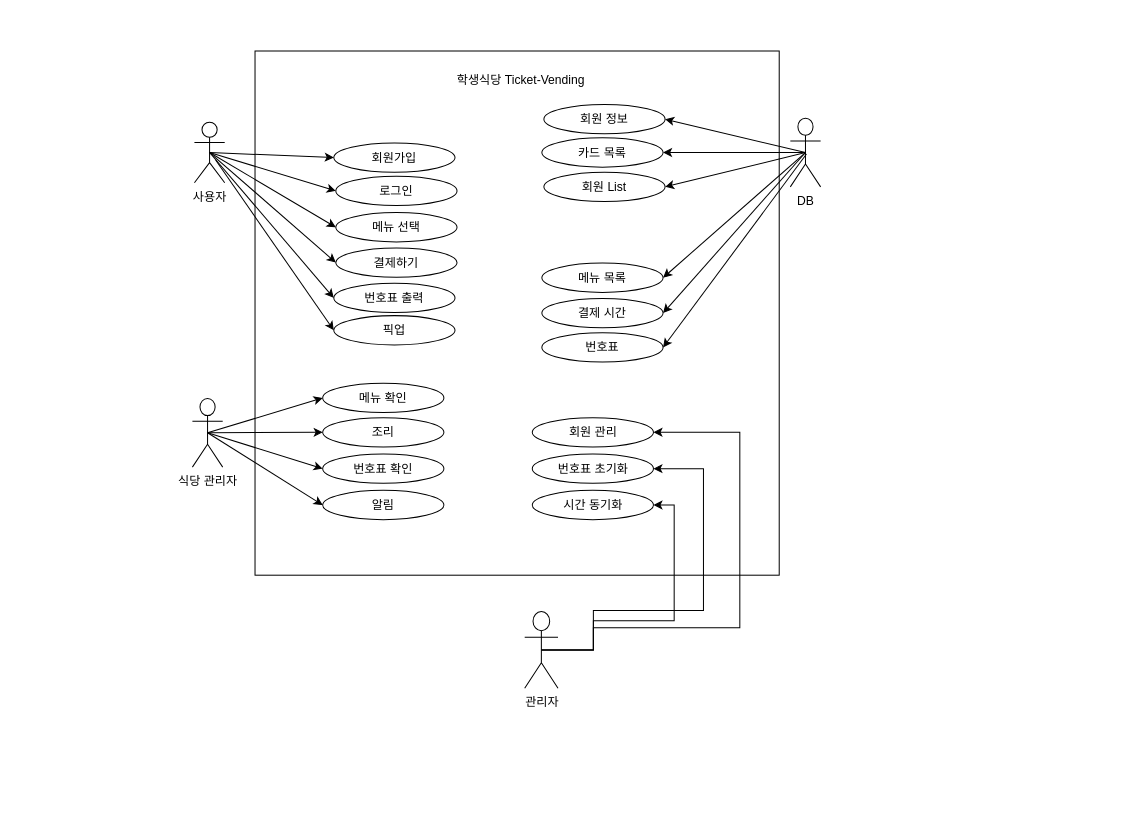
The draw.io diagram Student-cafeteria.drawio in four-idiots-team/student-cafteria-ticket-vending, before the edit. Source tidied: cells renumbered, new cells numbered last; positions are measured from the earlier drawing's top-left corner, leaving out a move shared by most shapes. Both pictures are drawn from the tidied source at 101%, with x=0, y=0 at pixel (192, 50).
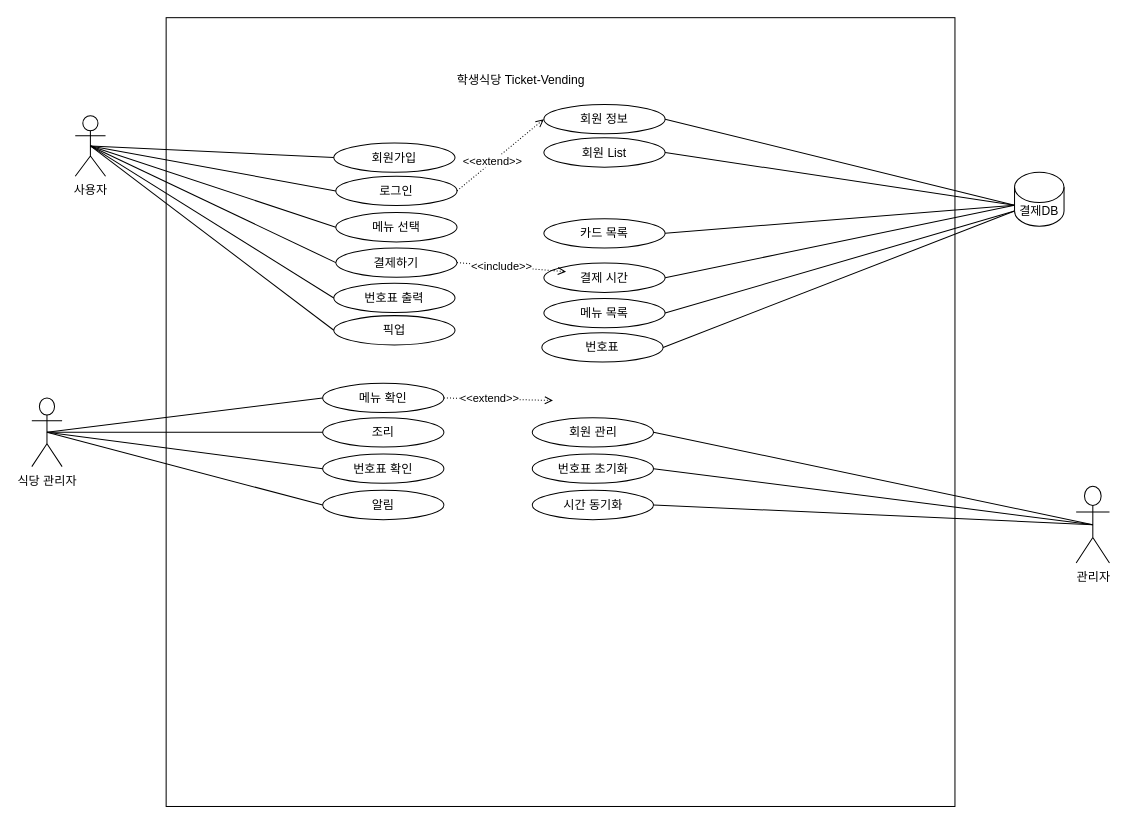
The same page after the edit.

The change refers to these unchanged cells:
```xml
<mxCell id="4" value="로그인" style="ellipse;whiteSpace=wrap;html=1;" parent="1" vertex="1">
  <mxGeometry x="142" y="124" width="120" height="29" as="geometry" />
</mxCell>
<mxCell id="9" value="메뉴 선택" style="ellipse;whiteSpace=wrap;html=1;" parent="1" vertex="1">
  <mxGeometry x="142" y="160" width="120" height="29" as="geometry" />
</mxCell>
<mxCell id="10" value="결제하기" style="ellipse;whiteSpace=wrap;html=1;" parent="1" vertex="1">
  <mxGeometry x="142" y="195" width="120" height="29" as="geometry" />
</mxCell>
<mxCell id="11" value="회원가입" style="ellipse;whiteSpace=wrap;html=1;" parent="1" vertex="1">
  <mxGeometry x="140" y="91" width="120" height="29" as="geometry" />
</mxCell>
<mxCell id="16" value="조리" style="ellipse;whiteSpace=wrap;html=1;" parent="1" vertex="1">
  <mxGeometry x="129" y="363" width="120" height="29" as="geometry" />
</mxCell>
<mxCell id="17" value="번호표 확인" style="ellipse;whiteSpace=wrap;html=1;" parent="1" vertex="1">
  <mxGeometry x="129" y="399" width="120" height="29" as="geometry" />
</mxCell>
<mxCell id="18" value="메뉴 확인" style="ellipse;whiteSpace=wrap;html=1;" parent="1" vertex="1">
  <mxGeometry x="129" y="329" width="120" height="29" as="geometry" />
</mxCell>
<mxCell id="19" value="알림" style="ellipse;whiteSpace=wrap;html=1;" parent="1" vertex="1">
  <mxGeometry x="129" y="435" width="120" height="29" as="geometry" />
</mxCell>
<mxCell id="20" value="번호표 출력" style="ellipse;whiteSpace=wrap;html=1;" parent="1" vertex="1">
  <mxGeometry x="140" y="230" width="120" height="29" as="geometry" />
</mxCell>
<mxCell id="22" value="픽업" style="ellipse;whiteSpace=wrap;html=1;" parent="1" vertex="1">
  <mxGeometry x="140" y="262" width="120" height="29" as="geometry" />
</mxCell>
<mxCell id="28" value="시간 동기화" style="ellipse;whiteSpace=wrap;html=1;" parent="1" vertex="1">
  <mxGeometry x="336.5" y="435" width="120" height="29" as="geometry" />
</mxCell>
<mxCell id="29" value="번호표 초기화" style="ellipse;whiteSpace=wrap;html=1;" parent="1" vertex="1">
  <mxGeometry x="336.5" y="399" width="120" height="29" as="geometry" />
</mxCell>
<mxCell id="30" value="회원 관리" style="ellipse;whiteSpace=wrap;html=1;" parent="1" vertex="1">
  <mxGeometry x="336.5" y="363" width="120" height="29" as="geometry" />
</mxCell>
<mxCell id="38" value="회원 정보" style="ellipse;whiteSpace=wrap;html=1;" parent="1" vertex="1">
  <mxGeometry x="348" y="53" width="120" height="29" as="geometry" />
</mxCell>
<mxCell id="39" value="번호표" style="ellipse;whiteSpace=wrap;html=1;" parent="1" vertex="1">
  <mxGeometry x="346" y="279" width="120" height="29" as="geometry" />
</mxCell>
```

What changed in the source:
```diff
@@
     <mxCell id="2" value="사용자" style="shape=umlActor;verticalLabelPosition=bottom;verticalAlign=top;html=1;outlineConnect=0;" parent="1" vertex="1">
-      <mxGeometry x="2" y="70.5" width="30" height="60" as="geometry" />
+      <mxGeometry x="-116" y="64" width="30" height="60" as="geometry" />
     </mxCell>
     <mxCell id="3" style="whiteSpace=wrap;html=1;" parent="1" vertex="1">
-      <mxGeometry x="62" width="519" height="519" as="geometry" />
+      <mxGeometry x="-26" y="-33" width="781" height="781" as="geometry" />
     </mxCell>
@@
     <mxCell id="6" value="식당 관리자" style="shape=umlActor;verticalLabelPosition=bottom;verticalAlign=top;html=1;outlineConnect=0;" parent="1" vertex="1">
-      <mxGeometry y="344" width="30" height="68" as="geometry" />
+      <mxGeometry x="-159" y="343.5" width="30" height="68" as="geometry" />
     </mxCell>
-    <mxCell id="7" style="edgeStyle=orthogonalEdgeStyle;rounded=0;jettySize=auto;html=1;exitX=0.5;exitY=0.5;exitDx=0;exitDy=0;exitPerimeter=0;entryX=1;entryY=0.5;entryDx=0;entryDy=0;" parent="1" edge="1" source="8" target="28">
-      <mxGeometry relative="1" as="geometry">
-        <Array as="points">
-          <mxPoint x="397" y="564" />
-          <mxPoint x="477" y="564" />
-          <mxPoint x="477" y="450" />
-        </Array>
-      </mxGeometry>
-    </mxCell>
     <mxCell id="8" value="관리자" style="shape=umlActor;verticalLabelPosition=bottom;verticalAlign=top;html=1;outlineConnect=0;" parent="1" vertex="1">
-      <mxGeometry x="329" y="555" width="33" height="76" as="geometry" />
+      <mxGeometry x="875" y="431" width="33" height="76" as="geometry" />
     </mxCell>
@@
-    <mxCell id="12" style="endArrow=classic;html=1;rounded=0;exitX=0.5;exitY=0.5;exitDx=0;exitDy=0;exitPerimeter=0;entryX=0;entryY=0.5;entryDx=0;entryDy=0;" parent="1" edge="1" source="2" target="4">
-      <mxGeometry relative="1" as="geometry" />
-    </mxCell>
-    <mxCell id="13" style="endArrow=classic;html=1;rounded=0;exitX=0.5;exitY=0.5;exitDx=0;exitDy=0;exitPerimeter=0;entryX=0;entryY=0.5;entryDx=0;entryDy=0;" parent="1" edge="1" source="2" target="9">
-      <mxGeometry relative="1" as="geometry" />
-    </mxCell>
-    <mxCell id="14" style="endArrow=classic;html=1;rounded=0;exitX=0.5;exitY=0.5;exitDx=0;exitDy=0;exitPerimeter=0;entryX=0;entryY=0.5;entryDx=0;entryDy=0;" parent="1" edge="1" source="2" target="10">
-      <mxGeometry relative="1" as="geometry" />
-    </mxCell>
-    <mxCell id="15" style="endArrow=classic;html=1;rounded=0;exitX=0.5;exitY=0.5;exitDx=0;exitDy=0;exitPerimeter=0;entryX=0;entryY=0.5;entryDx=0;entryDy=0;" parent="1" edge="1" source="2" target="11">
-      <mxGeometry relative="1" as="geometry" />
-    </mxCell>
@@
-    <mxCell id="21" style="endArrow=classic;html=1;rounded=0;entryX=0;entryY=0.5;entryDx=0;entryDy=0;exitX=0.5;exitY=0.5;exitDx=0;exitDy=0;exitPerimeter=0;" parent="1" edge="1" source="2" target="20">
-      <mxGeometry relative="1" as="geometry" />
-    </mxCell>
@@
-    <mxCell id="23" style="endArrow=classic;html=1;rounded=0;entryX=0;entryY=0.5;entryDx=0;entryDy=0;" parent="1" edge="1" target="22">
-      <mxGeometry relative="1" as="geometry">
-        <mxPoint x="23" y="108" as="sourcePoint" />
-      </mxGeometry>
-    </mxCell>
-    <mxCell id="24" style="endArrow=classic;html=1;rounded=0;exitX=0.5;exitY=0.5;exitDx=0;exitDy=0;exitPerimeter=0;entryX=0;entryY=0.5;entryDx=0;entryDy=0;" parent="1" edge="1" source="6" target="18">
-      <mxGeometry relative="1" as="geometry" />
-    </mxCell>
-    <mxCell id="25" style="endArrow=classic;html=1;rounded=0;exitX=0.5;exitY=0.5;exitDx=0;exitDy=0;exitPerimeter=0;entryX=0;entryY=0.5;entryDx=0;entryDy=0;" parent="1" edge="1" source="6" target="16">
-      <mxGeometry relative="1" as="geometry" />
-    </mxCell>
-    <mxCell id="26" style="endArrow=classic;html=1;rounded=0;exitX=0.5;exitY=0.5;exitDx=0;exitDy=0;exitPerimeter=0;entryX=0;entryY=0.5;entryDx=0;entryDy=0;" parent="1" edge="1" source="6" target="17">
-      <mxGeometry relative="1" as="geometry" />
-    </mxCell>
-    <mxCell id="27" style="endArrow=classic;html=1;rounded=0;exitX=0.5;exitY=0.5;exitDx=0;exitDy=0;exitPerimeter=0;entryX=0;entryY=0.5;entryDx=0;entryDy=0;" parent="1" edge="1" source="6" target="19">
-      <mxGeometry relative="1" as="geometry" />
-    </mxCell>
@@
-    <mxCell id="31" style="edgeStyle=orthogonalEdgeStyle;rounded=0;jettySize=auto;html=1;exitX=0.5;exitY=0.5;exitDx=0;exitDy=0;exitPerimeter=0;entryX=1;entryY=0.5;entryDx=0;entryDy=0;" parent="1" edge="1" source="8" target="29">
-      <mxGeometry relative="1" as="geometry">
-        <Array as="points">
-          <mxPoint x="397" y="554" />
-          <mxPoint x="506" y="554" />
-          <mxPoint x="506" y="414" />
-        </Array>
-      </mxGeometry>
-    </mxCell>
-    <mxCell id="32" style="edgeStyle=orthogonalEdgeStyle;rounded=0;jettySize=auto;html=1;exitX=0.5;exitY=0.5;exitDx=0;exitDy=0;exitPerimeter=0;entryX=1;entryY=0.5;entryDx=0;entryDy=0;" parent="1" edge="1" source="8" target="30">
-      <mxGeometry relative="1" as="geometry">
-        <Array as="points">
-          <mxPoint x="397" y="571" />
-          <mxPoint x="542" y="571" />
-          <mxPoint x="542" y="378" />
-        </Array>
-      </mxGeometry>
-    </mxCell>
-    <mxCell id="33" value="DB" style="shape=umlActor;verticalLabelPosition=bottom;verticalAlign=top;html=1;outlineConnect=0;" parent="1" vertex="1">
-      <mxGeometry x="592" y="66.5" width="30" height="68" as="geometry" />
-    </mxCell>
-    <mxCell id="34" style="endArrow=classic;html=1;rounded=0;exitX=0.5;exitY=0.5;exitDx=0;exitDy=0;exitPerimeter=0;entryX=1;entryY=0.5;entryDx=0;entryDy=0;" parent="1" edge="1" source="33" target="43">
-      <mxGeometry relative="1" as="geometry" />
-    </mxCell>
-    <mxCell id="35" style="endArrow=classic;html=1;rounded=0;entryX=1;entryY=0.5;entryDx=0;entryDy=0;" parent="1" edge="1" target="39">
-      <mxGeometry relative="1" as="geometry">
-        <mxPoint x="608" y="102" as="sourcePoint" />
-      </mxGeometry>
-    </mxCell>
-    <mxCell id="36" style="endArrow=classic;html=1;rounded=0;exitX=0.5;exitY=0.5;exitDx=0;exitDy=0;exitPerimeter=0;entryX=1;entryY=0.5;entryDx=0;entryDy=0;" parent="1" edge="1" source="33" target="40">
-      <mxGeometry relative="1" as="geometry" />
-    </mxCell>
-    <mxCell id="37" style="endArrow=classic;html=1;rounded=0;exitX=0.5;exitY=0.5;exitDx=0;exitDy=0;exitPerimeter=0;entryX=1;entryY=0.5;entryDx=0;entryDy=0;" parent="1" edge="1" source="33" target="41">
-      <mxGeometry relative="1" as="geometry" />
-    </mxCell>
@@
     <mxCell id="40" value="결제 시간" style="ellipse;whiteSpace=wrap;html=1;" parent="1" vertex="1">
-      <mxGeometry x="346" y="245" width="120" height="29" as="geometry" />
+      <mxGeometry x="348" y="210" width="120" height="29" as="geometry" />
     </mxCell>
     <mxCell id="41" value="메뉴 목록" style="ellipse;whiteSpace=wrap;html=1;" parent="1" vertex="1">
-      <mxGeometry x="346" y="210" width="120" height="29" as="geometry" />
+      <mxGeometry x="348" y="245" width="120" height="29" as="geometry" />
     </mxCell>
-    <mxCell id="42" style="endArrow=classic;html=1;rounded=0;exitX=0.5;exitY=0.5;exitDx=0;exitDy=0;exitPerimeter=0;entryX=1;entryY=0.5;entryDx=0;entryDy=0;" parent="1" edge="1" source="33" target="38">
-      <mxGeometry relative="1" as="geometry" />
-    </mxCell>
     <mxCell id="43" value="카드 목록" style="ellipse;whiteSpace=wrap;html=1;" parent="1" vertex="1">
-      <mxGeometry x="346" y="86" width="120" height="29" as="geometry" />
+      <mxGeometry x="348" y="166" width="120" height="29" as="geometry" />
     </mxCell>
     <mxCell id="44" value="회원 List" style="ellipse;whiteSpace=wrap;html=1;" parent="1" vertex="1">
-      <mxGeometry x="348" y="120" width="120" height="29" as="geometry" />
+      <mxGeometry x="348" y="86" width="120" height="29" as="geometry" />
     </mxCell>
-    <mxCell id="45" style="endArrow=classic;html=1;rounded=0;exitX=0.5;exitY=0.5;exitDx=0;exitDy=0;exitPerimeter=0;entryX=1;entryY=0.5;entryDx=0;entryDy=0;" parent="1" edge="1" source="33" target="44">
-      <mxGeometry relative="1" as="geometry" />
-    </mxCell>
@@
+    <mxCell id="21" style="endArrow=none;html=1;rounded=0;exitX=0.5;exitY=0.5;exitDx=0;exitDy=0;exitPerimeter=0;entryX=0;entryY=0.5;entryDx=0;entryDy=0;" parent="1" edge="1" source="2" target="20">
+      <mxGeometry relative="1" as="geometry" />
+    </mxCell>
+    <mxCell id="14" style="endArrow=none;html=1;rounded=0;exitX=0.5;exitY=0.5;exitDx=0;exitDy=0;exitPerimeter=0;entryX=0;entryY=0.5;entryDx=0;entryDy=0;" parent="1" edge="1" source="2" target="10">
+      <mxGeometry relative="1" as="geometry" />
+    </mxCell>
+    <mxCell id="13" style="endArrow=none;html=1;rounded=0;exitX=0.5;exitY=0.5;exitDx=0;exitDy=0;exitPerimeter=0;entryX=0;entryY=0.5;entryDx=0;entryDy=0;" parent="1" edge="1" source="2" target="9">
+      <mxGeometry relative="1" as="geometry" />
+    </mxCell>
+    <mxCell id="12" style="endArrow=none;html=1;rounded=0;exitX=0.5;exitY=0.5;exitDx=0;exitDy=0;exitPerimeter=0;entryX=0;entryY=0.5;entryDx=0;entryDy=0;" parent="1" edge="1" source="2" target="4">
+      <mxGeometry relative="1" as="geometry" />
+    </mxCell>
+    <mxCell id="15" style="endArrow=none;html=1;rounded=0;exitX=0.5;exitY=0.5;exitDx=0;exitDy=0;exitPerimeter=0;entryX=0;entryY=0.5;entryDx=0;entryDy=0;" parent="1" edge="1" source="2" target="11">
+      <mxGeometry relative="1" as="geometry" />
+    </mxCell>
+    <mxCell id="47" style="endArrow=none;html=1;rounded=0;exitX=0.5;exitY=0.5;exitDx=0;exitDy=0;exitPerimeter=0;entryX=0;entryY=0.5;entryDx=0;entryDy=0;" parent="1" edge="1" source="2" target="22">
+      <mxGeometry relative="1" as="geometry" />
+    </mxCell>
+    <mxCell id="24" style="endArrow=none;html=1;rounded=0;exitX=0.5;exitY=0.5;exitDx=0;exitDy=0;exitPerimeter=0;entryX=0;entryY=0.5;entryDx=0;entryDy=0;" parent="1" edge="1" source="6" target="18">
+      <mxGeometry relative="1" as="geometry" />
+    </mxCell>
+    <mxCell id="26" style="endArrow=none;html=1;rounded=0;exitX=0.5;exitY=0.5;exitDx=0;exitDy=0;exitPerimeter=0;entryX=0;entryY=0.5;entryDx=0;entryDy=0;" parent="1" edge="1" source="6" target="17">
+      <mxGeometry relative="1" as="geometry" />
+    </mxCell>
+    <mxCell id="25" style="endArrow=none;html=1;rounded=0;exitX=0.5;exitY=0.5;exitDx=0;exitDy=0;exitPerimeter=0;entryX=0;entryY=0.5;entryDx=0;entryDy=0;" parent="1" edge="1" source="6" target="16">
+      <mxGeometry relative="1" as="geometry" />
+    </mxCell>
+    <mxCell id="27" style="endArrow=none;html=1;rounded=0;exitX=0.5;exitY=0.5;exitDx=0;exitDy=0;exitPerimeter=0;entryX=0;entryY=0.5;entryDx=0;entryDy=0;" parent="1" edge="1" source="6" target="19">
+      <mxGeometry relative="1" as="geometry" />
+    </mxCell>
+    <mxCell id="48" style="endArrow=none;html=1;rounded=0;exitX=1;exitY=0.5;exitDx=0;exitDy=0;entryX=0;entryY=0;entryDx=0;entryDy=32.625;entryPerimeter=0;" parent="1" edge="1" source="38" target="54">
+      <mxGeometry relative="1" as="geometry" />
+    </mxCell>
+    <mxCell id="49" style="endArrow=none;html=1;rounded=0;exitX=1;exitY=0.5;exitDx=0;exitDy=0;entryX=0;entryY=1;entryDx=0;entryDy=-15;entryPerimeter=0;" parent="1" edge="1" source="41" target="54">
+      <mxGeometry relative="1" as="geometry" />
+    </mxCell>
+    <mxCell id="50" style="endArrow=none;html=1;rounded=0;exitX=1;exitY=0.5;exitDx=0;exitDy=0;entryX=0;entryY=1;entryDx=0;entryDy=-15;entryPerimeter=0;" parent="1" edge="1" source="39" target="54">
+      <mxGeometry relative="1" as="geometry" />
+    </mxCell>
+    <mxCell id="51" style="endArrow=none;html=1;rounded=0;exitX=1;exitY=0.5;exitDx=0;exitDy=0;entryX=0;entryY=0;entryDx=0;entryDy=32.625;entryPerimeter=0;" parent="1" edge="1" source="40" target="54">
+      <mxGeometry relative="1" as="geometry" />
+    </mxCell>
+    <mxCell id="52" style="endArrow=none;html=1;rounded=0;exitX=1;exitY=0.5;exitDx=0;exitDy=0;entryX=0;entryY=0;entryDx=0;entryDy=32.625;entryPerimeter=0;" parent="1" edge="1" source="43" target="54">
+      <mxGeometry relative="1" as="geometry" />
+    </mxCell>
+    <mxCell id="53" style="endArrow=none;html=1;rounded=0;exitX=1;exitY=0.5;exitDx=0;exitDy=0;entryX=0;entryY=0;entryDx=0;entryDy=32.625;entryPerimeter=0;" parent="1" edge="1" source="44" target="54">
+      <mxGeometry relative="1" as="geometry" />
+    </mxCell>
+    <mxCell id="54" value="결제DB" style="shape=cylinder3;whiteSpace=wrap;html=1;boundedLbl=1;backgroundOutline=1;size=15;" parent="1" vertex="1">
+      <mxGeometry x="814" y="120" width="49" height="53.5" as="geometry" />
+    </mxCell>
+    <mxCell id="55" style="endArrow=open;html=1;rounded=0;dashed=1;dashPattern=1 2;endFill=0;exitX=1;exitY=0.5;exitDx=0;exitDy=0;" parent="1" edge="1">
+      <mxGeometry relative="1" as="geometry">
+        <mxPoint x="249" y="343.5" as="sourcePoint" />
+        <mxPoint x="357" y="346" as="targetPoint" />
+      </mxGeometry>
+    </mxCell>
+    <mxCell id="56" value="&amp;lt;&amp;lt;extend&amp;gt;&amp;gt;" style="edgeLabel;html=1;align=center;verticalAlign=middle;" parent="55" vertex="1">
+      <mxGeometry x="-0.18" y="1" relative="1" as="geometry" />
+    </mxCell>
+    <mxCell id="57" style="endArrow=open;html=1;rounded=0;dashed=1;dashPattern=1 2;endFill=0;exitX=1;exitY=0.5;exitDx=0;exitDy=0;entryX=0.507;entryY=0.322;entryDx=0;entryDy=0;entryPerimeter=0;" parent="1" edge="1" source="10" target="3">
+      <mxGeometry relative="1" as="geometry" />
+    </mxCell>
+    <mxCell id="58" value="&amp;lt;&amp;lt;include&amp;gt;&amp;gt;" style="edgeLabel;html=1;align=center;verticalAlign=middle;" parent="57" vertex="1">
+      <mxGeometry x="-0.18" y="1" relative="1" as="geometry" />
+    </mxCell>
+    <mxCell id="59" style="endArrow=open;html=1;rounded=0;dashed=1;dashPattern=1 2;endFill=0;exitX=1;exitY=0.5;exitDx=0;exitDy=0;entryX=0;entryY=0.5;entryDx=0;entryDy=0;" parent="1" edge="1" source="4" target="38">
+      <mxGeometry relative="1" as="geometry" />
+    </mxCell>
+    <mxCell id="60" value="&amp;lt;&amp;lt;extend&amp;gt;&amp;gt;" style="edgeLabel;html=1;align=center;verticalAlign=middle;" parent="59" vertex="1">
+      <mxGeometry x="-0.18" y="1" relative="1" as="geometry" />
+    </mxCell>
+    <mxCell id="32" style="endArrow=none;html=1;rounded=0;exitX=0.5;exitY=0.5;exitDx=0;exitDy=0;exitPerimeter=0;entryX=1;entryY=0.5;entryDx=0;entryDy=0;curved=0;" parent="1" edge="1" source="8" target="30">
+      <mxGeometry relative="1" as="geometry" />
+    </mxCell>
+    <mxCell id="7" style="endArrow=none;html=1;rounded=0;exitX=0.5;exitY=0.5;exitDx=0;exitDy=0;exitPerimeter=0;entryX=1;entryY=0.5;entryDx=0;entryDy=0;" parent="1" edge="1" source="8" target="28">
+      <mxGeometry relative="1" as="geometry" />
+    </mxCell>
+    <mxCell id="31" style="endArrow=none;html=1;rounded=0;exitX=0.5;exitY=0.5;exitDx=0;exitDy=0;exitPerimeter=0;entryX=1;entryY=0.5;entryDx=0;entryDy=0;" parent="1" edge="1" source="8" target="29">
+      <mxGeometry relative="1" as="geometry" />
+    </mxCell>
```
